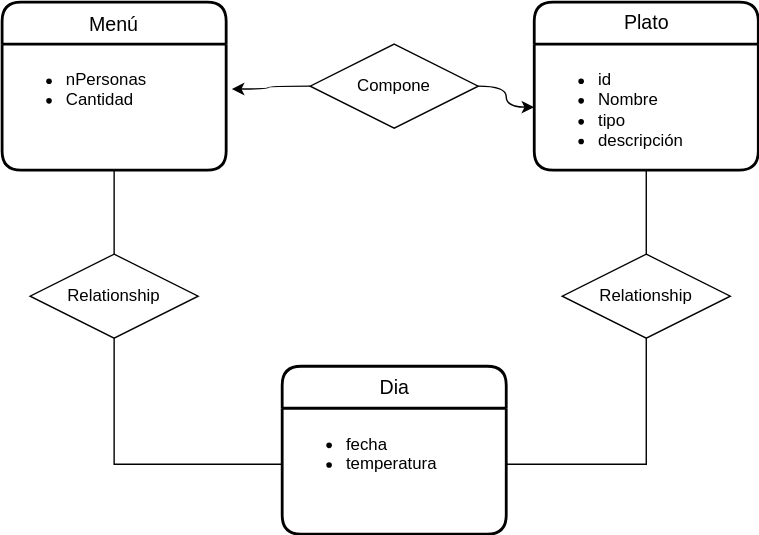
Above: UD12-15.svg in Jimxx22/C3-UD11-UML (draw.io), before the change. Source tidied: cells renumbered, new cells last; positions are measured from the earlier drawing's top-left corner, leaving out a move shared by most shapes.
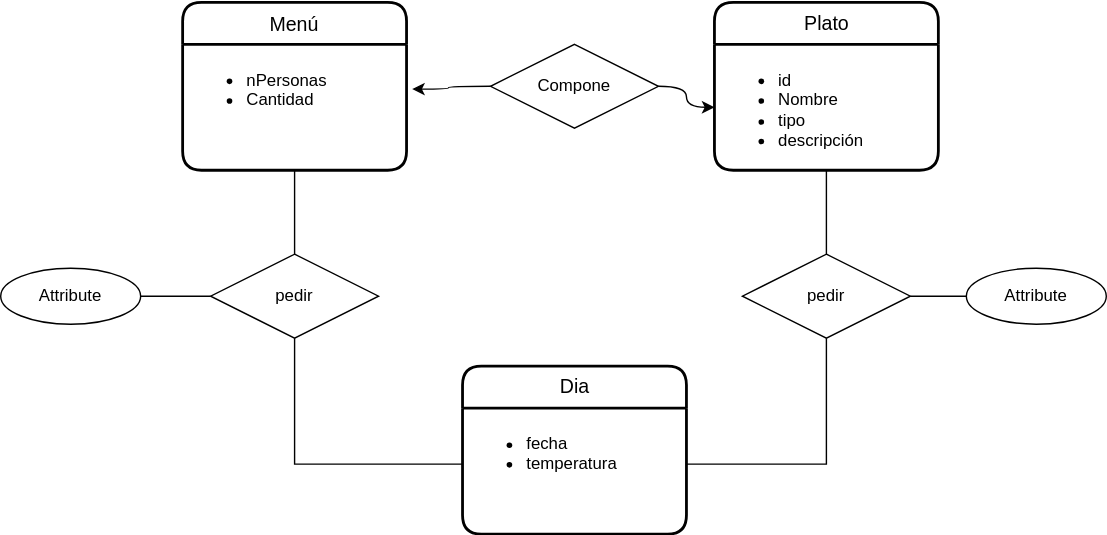
After the commit.

The edit, as a diff of the source:
```diff
@@ -23,7 +23,7 @@
     <mxCell id="8" style="edgeStyle=orthogonalEdgeStyle;curved=1;rounded=0;jettySize=auto;html=1;exitX=0;exitY=0.5;exitDx=0;exitDy=0;entryX=1.025;entryY=0.356;entryDx=0;entryDy=0;entryPerimeter=0;" parent="1" edge="1" source="11" target="5">
       <mxGeometry relative="1" as="geometry" />
     </mxCell>
-    <mxCell id="9" value="Relationship" style="shape=rhombus;perimeter=rhombusPerimeter;whiteSpace=wrap;html=1;align=center;labelBackgroundColor=none;" parent="1" vertex="1">
+    <mxCell id="9" value="pedir" style="shape=rhombus;perimeter=rhombusPerimeter;whiteSpace=wrap;html=1;align=center;labelBackgroundColor=none;" parent="1" vertex="1">
       <mxGeometry x="20" y="180" width="120" height="60" as="geometry" />
     </mxCell>
     <mxCell id="10" style="edgeStyle=orthogonalEdgeStyle;curved=1;rounded=0;jettySize=auto;html=1;exitX=1;exitY=0.5;exitDx=0;exitDy=0;entryX=0;entryY=0.5;entryDx=0;entryDy=0;" parent="1" edge="1" source="11" target="3">
@@ -32,7 +32,7 @@
     <mxCell id="11" value="Compone" style="shape=rhombus;perimeter=rhombusPerimeter;whiteSpace=wrap;html=1;align=center;" parent="1" vertex="1">
       <mxGeometry x="220" y="30" width="120" height="60" as="geometry" />
     </mxCell>
-    <mxCell id="12" value="Relationship" style="shape=rhombus;perimeter=rhombusPerimeter;whiteSpace=wrap;html=1;align=center;labelBackgroundColor=none;" parent="1" vertex="1">
+    <mxCell id="12" value="pedir" style="shape=rhombus;perimeter=rhombusPerimeter;whiteSpace=wrap;html=1;align=center;labelBackgroundColor=none;" parent="1" vertex="1">
       <mxGeometry x="400" y="180" width="120" height="60" as="geometry" />
     </mxCell>
     <mxCell id="13" style="endArrow=none;html=1;rounded=0;labelBackgroundColor=none;exitX=0.5;exitY=1;exitDx=0;exitDy=0;" parent="1" edge="1" source="9">
@@ -57,5 +57,17 @@
     <mxCell id="16" style="endArrow=none;html=1;rounded=0;labelBackgroundColor=none;entryX=0.5;entryY=0;entryDx=0;entryDy=0;exitX=0.5;exitY=1;exitDx=0;exitDy=0;" parent="1" edge="1" source="3" target="12">
       <mxGeometry relative="1" as="geometry" />
     </mxCell>
+    <mxCell id="17" value="Attribute" style="ellipse;whiteSpace=wrap;html=1;align=center;labelBackgroundColor=none;" parent="1" vertex="1">
+      <mxGeometry x="560" y="190" width="100" height="40" as="geometry" />
+    </mxCell>
+    <mxCell id="18" value="Attribute" style="ellipse;whiteSpace=wrap;html=1;align=center;labelBackgroundColor=none;" parent="1" vertex="1">
+      <mxGeometry x="-130" y="190" width="100" height="40" as="geometry" />
+    </mxCell>
+    <mxCell id="19" style="endArrow=none;html=1;rounded=0;labelBackgroundColor=none;exitX=1;exitY=0.5;exitDx=0;exitDy=0;entryX=0;entryY=0.5;entryDx=0;entryDy=0;" parent="1" edge="1" source="18" target="9">
+      <mxGeometry relative="1" as="geometry" />
+    </mxCell>
+    <mxCell id="20" style="endArrow=none;html=1;rounded=0;labelBackgroundColor=none;entryX=0;entryY=0.5;entryDx=0;entryDy=0;exitX=1;exitY=0.5;exitDx=0;exitDy=0;" parent="1" edge="1" source="12" target="17">
+      <mxGeometry relative="1" as="geometry" />
+    </mxCell>
   </root>
 </mxGraphModel>
```
